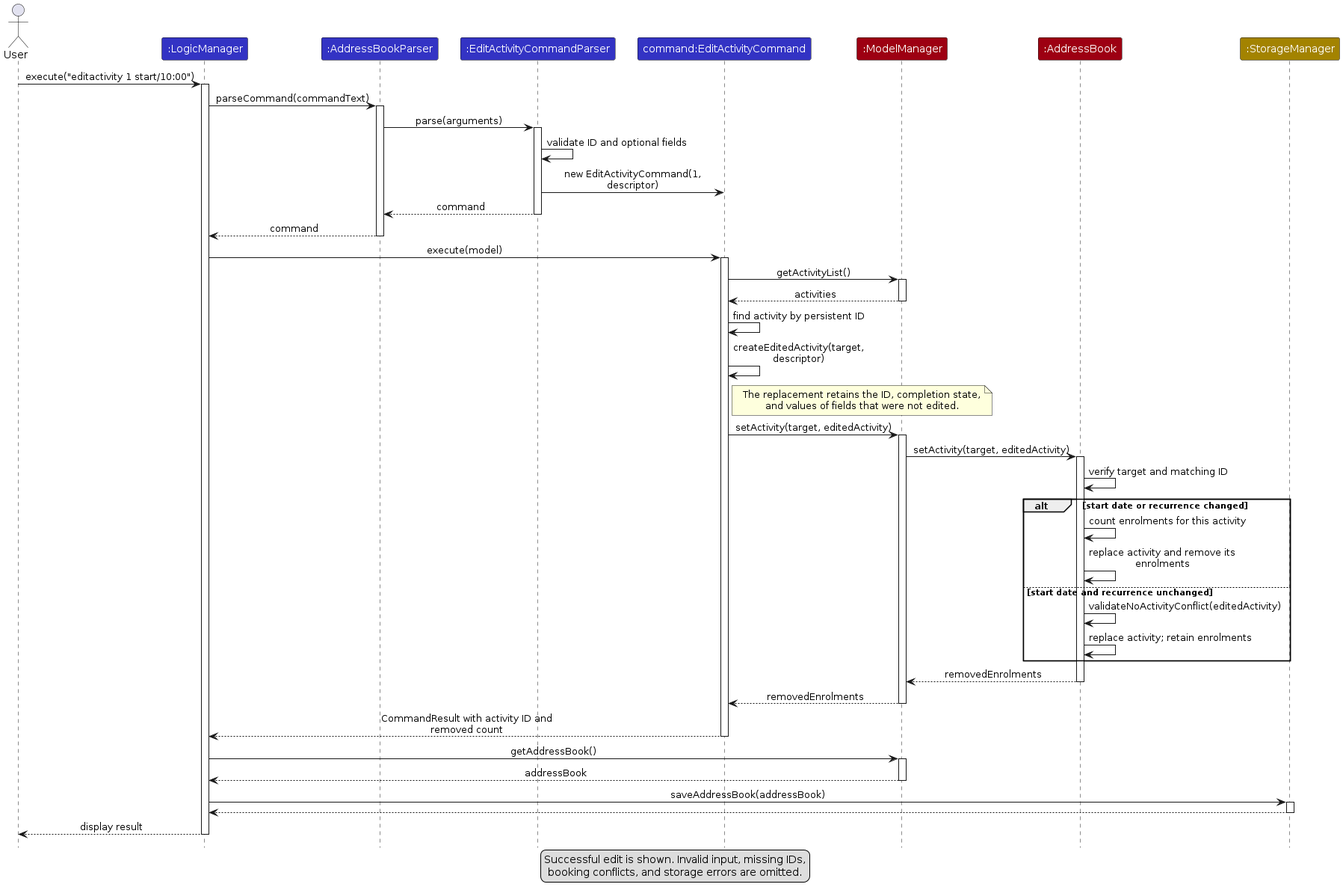
Before: diagrams/EditActivitySequenceDiagram.png, a diagram exported from PlantUML (AY2627S1-CS2103T-T15-4/tp). Its source is kept beside it as diagrams/EditActivitySequenceDiagram.puml.
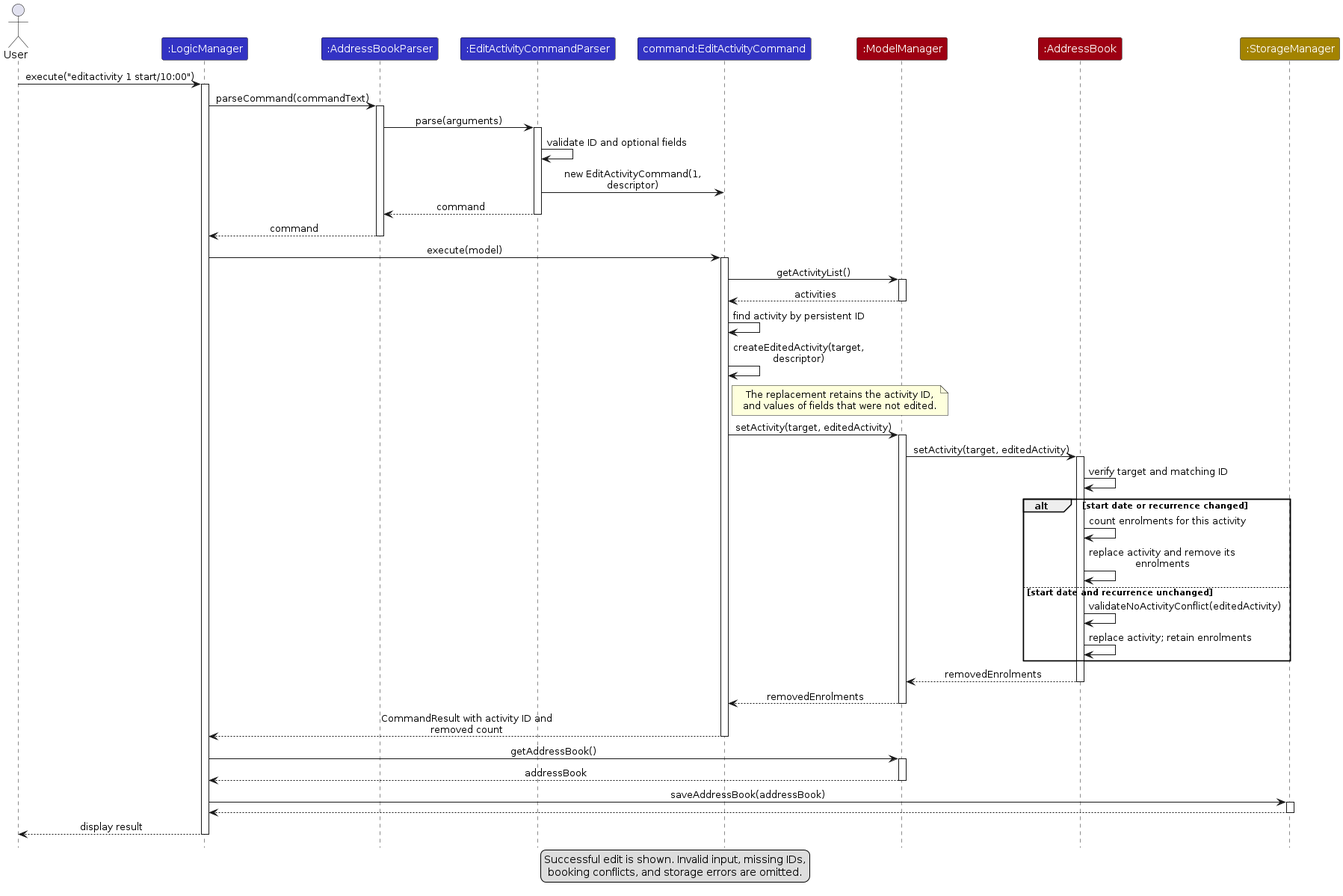
The same diagram one commit later.

The edit, as a diff of the source:
```diff
@@ -35,7 +35,7 @@
 Command -> Command : find activity by persistent ID
 Command -> Command : createEditedActivity(target, descriptor)
 note right of Command
-  The replacement retains the ID, completion state,
+  The replacement retains the activity ID,
   and values of fields that were not edited.
 end note
 Command -> Model : setActivity(target, editedActivity)
```
